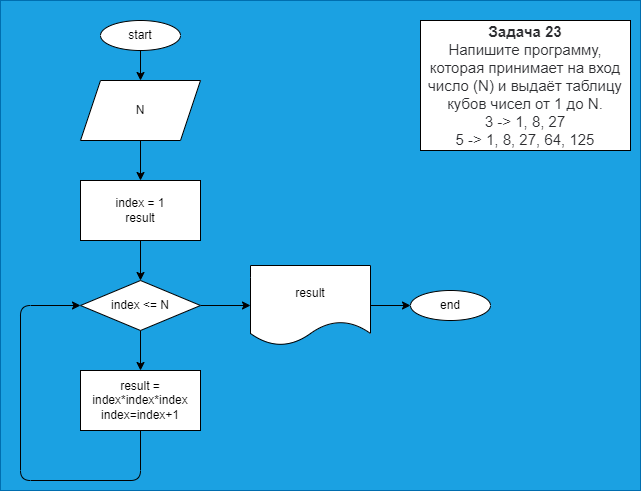
Earlier version of the draw.io export Seminar_3/Task_3/Algori.drawio.png (AlexKleimon/CSharp_HomeWork). Source tidied: cells renumbered, new cells last; positions are measured from the earlier drawing's top-left corner, leaving out a move shared by most shapes. Its diagram source:
```xml
<mxGraphModel>
  <root>
    <mxCell id="0" />
    <mxCell id="1" parent="0" />
    <mxCell id="2" style="rounded=0;whiteSpace=wrap;html=1;fillColor=#1ba1e2;fontColor=#ffffff;strokeColor=#006EAF;" parent="1" vertex="1">
      <mxGeometry width="640" height="490" as="geometry" />
    </mxCell>
    <mxCell id="3" value="&lt;p style=&quot;box-sizing: border-box ; margin: 0px ; color: rgb(44 , 45 , 48) ; font-family: &amp;#34;roboto&amp;#34; , &amp;#34;san francisco&amp;#34; , &amp;#34;helvetica neue&amp;#34; , &amp;#34;helvetica&amp;#34; , &amp;#34;arial&amp;#34; ; font-size: 15px ; background-color: rgb(255 , 255 , 255)&quot;&gt;&lt;span style=&quot;box-sizing: border-box ; font-weight: 700&quot;&gt;Задача 23&lt;/span&gt;&lt;/p&gt;&lt;p style=&quot;box-sizing: border-box ; margin: 0px ; color: rgb(44 , 45 , 48) ; font-family: &amp;#34;roboto&amp;#34; , &amp;#34;san francisco&amp;#34; , &amp;#34;helvetica neue&amp;#34; , &amp;#34;helvetica&amp;#34; , &amp;#34;arial&amp;#34; ; font-size: 15px ; background-color: rgb(255 , 255 , 255)&quot;&gt;Напишите программу, которая принимает на вход число (N) и выдаёт таблицу кубов чисел от 1 до N.&lt;/p&gt;&lt;p style=&quot;box-sizing: border-box ; margin: 0px ; color: rgb(44 , 45 , 48) ; font-family: &amp;#34;roboto&amp;#34; , &amp;#34;san francisco&amp;#34; , &amp;#34;helvetica neue&amp;#34; , &amp;#34;helvetica&amp;#34; , &amp;#34;arial&amp;#34; ; font-size: 15px ; background-color: rgb(255 , 255 , 255)&quot;&gt;3 -&amp;gt; 1, 8, 27&lt;br style=&quot;box-sizing: border-box&quot;&gt;5 -&amp;gt; 1, 8, 27, 64, 125&lt;/p&gt;" style="rounded=0;whiteSpace=wrap;html=1;" parent="1" vertex="1">
      <mxGeometry x="420" y="20" width="210" height="130" as="geometry" />
    </mxCell>
    <mxCell id="4" style="edgeStyle=none;html=1;exitX=0.5;exitY=1;exitDx=0;exitDy=0;entryX=0.5;entryY=0;entryDx=0;entryDy=0;" parent="1" edge="1" source="5" target="7">
      <mxGeometry relative="1" as="geometry" />
    </mxCell>
    <mxCell id="5" value="start" style="ellipse;whiteSpace=wrap;html=1;" parent="1" vertex="1">
      <mxGeometry x="100" y="20" width="80" height="30" as="geometry" />
    </mxCell>
    <mxCell id="6" style="edgeStyle=none;html=1;entryX=0.5;entryY=0;entryDx=0;entryDy=0;" parent="1" edge="1" source="7" target="14">
      <mxGeometry relative="1" as="geometry" />
    </mxCell>
    <mxCell id="7" value="N" style="shape=parallelogram;perimeter=parallelogramPerimeter;whiteSpace=wrap;html=1;fixedSize=1;" parent="1" vertex="1">
      <mxGeometry x="80" y="80" width="120" height="60" as="geometry" />
    </mxCell>
    <mxCell id="8" style="edgeStyle=none;html=1;exitX=0.5;exitY=1;exitDx=0;exitDy=0;entryX=0.5;entryY=0;entryDx=0;entryDy=0;" parent="1" edge="1" source="10" target="12">
      <mxGeometry relative="1" as="geometry" />
    </mxCell>
    <mxCell id="9" style="edgeStyle=none;html=1;exitX=1;exitY=0.5;exitDx=0;exitDy=0;entryX=0;entryY=0.5;entryDx=0;entryDy=0;" parent="1" edge="1" source="10" target="16">
      <mxGeometry relative="1" as="geometry" />
    </mxCell>
    <mxCell id="10" value="index &amp;lt;= N" style="rhombus;whiteSpace=wrap;html=1;" parent="1" vertex="1">
      <mxGeometry x="80" y="280" width="120" height="50" as="geometry" />
    </mxCell>
    <mxCell id="11" style="edgeStyle=none;html=1;entryX=0;entryY=0.5;entryDx=0;entryDy=0;exitX=0.5;exitY=1;exitDx=0;exitDy=0;" parent="1" edge="1" source="12" target="10">
      <mxGeometry relative="1" as="geometry">
        <Array as="points">
          <mxPoint x="140" y="480" />
          <mxPoint x="20" y="480" />
          <mxPoint x="20" y="305" />
        </Array>
      </mxGeometry>
    </mxCell>
    <mxCell id="12" value="result = index*index*index&lt;br&gt;index=index+1" style="rounded=0;whiteSpace=wrap;html=1;" parent="1" vertex="1">
      <mxGeometry x="80" y="370" width="120" height="60" as="geometry" />
    </mxCell>
    <mxCell id="13" style="edgeStyle=none;html=1;exitX=0.5;exitY=1;exitDx=0;exitDy=0;entryX=0.5;entryY=0;entryDx=0;entryDy=0;" parent="1" edge="1" source="14" target="10">
      <mxGeometry relative="1" as="geometry" />
    </mxCell>
    <mxCell id="14" value="index = 1&lt;br&gt;result" style="rounded=0;whiteSpace=wrap;html=1;" parent="1" vertex="1">
      <mxGeometry x="80" y="180" width="120" height="60" as="geometry" />
    </mxCell>
    <mxCell id="15" style="edgeStyle=none;html=1;exitX=1;exitY=0.5;exitDx=0;exitDy=0;entryX=0;entryY=0.5;entryDx=0;entryDy=0;" parent="1" edge="1" source="16" target="17">
      <mxGeometry relative="1" as="geometry" />
    </mxCell>
    <mxCell id="16" value="result" style="shape=document;whiteSpace=wrap;html=1;boundedLbl=1;" parent="1" vertex="1">
      <mxGeometry x="250" y="265" width="120" height="80" as="geometry" />
    </mxCell>
    <mxCell id="17" value="end" style="ellipse;whiteSpace=wrap;html=1;" parent="1" vertex="1">
      <mxGeometry x="410" y="290" width="80" height="30" as="geometry" />
    </mxCell>
  </root>
</mxGraphModel>
```
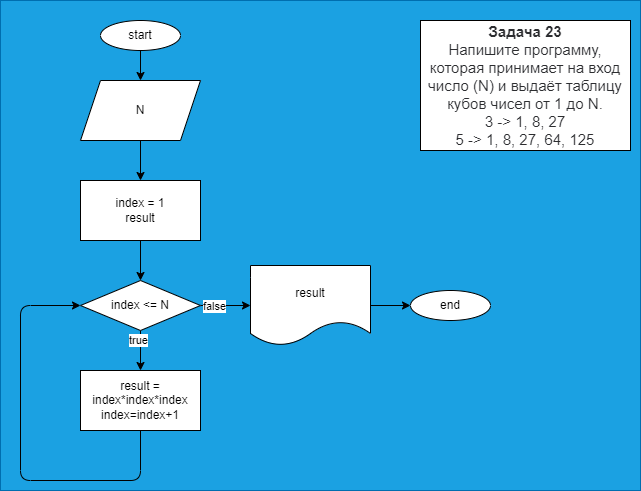
The same diagram one commit later.

What changed in the source:
```diff
@@ -23,9 +23,15 @@
     <mxCell id="8" style="edgeStyle=none;html=1;exitX=0.5;exitY=1;exitDx=0;exitDy=0;entryX=0.5;entryY=0;entryDx=0;entryDy=0;" parent="1" edge="1" source="10" target="12">
       <mxGeometry relative="1" as="geometry" />
     </mxCell>
+    <mxCell id="18" value="true" style="edgeLabel;html=1;align=center;verticalAlign=middle;" parent="8" vertex="1">
+      <mxGeometry x="-0.53" y="-2" relative="1" as="geometry" />
+    </mxCell>
     <mxCell id="9" style="edgeStyle=none;html=1;exitX=1;exitY=0.5;exitDx=0;exitDy=0;entryX=0;entryY=0.5;entryDx=0;entryDy=0;" parent="1" edge="1" source="10" target="16">
       <mxGeometry relative="1" as="geometry" />
     </mxCell>
+    <mxCell id="19" value="false" style="edgeLabel;html=1;align=center;verticalAlign=middle;" parent="9" vertex="1">
+      <mxGeometry x="-0.46" y="-1" relative="1" as="geometry" />
+    </mxCell>
     <mxCell id="10" value="index &amp;lt;= N" style="rhombus;whiteSpace=wrap;html=1;" parent="1" vertex="1">
       <mxGeometry x="80" y="280" width="120" height="50" as="geometry" />
     </mxCell>
```
